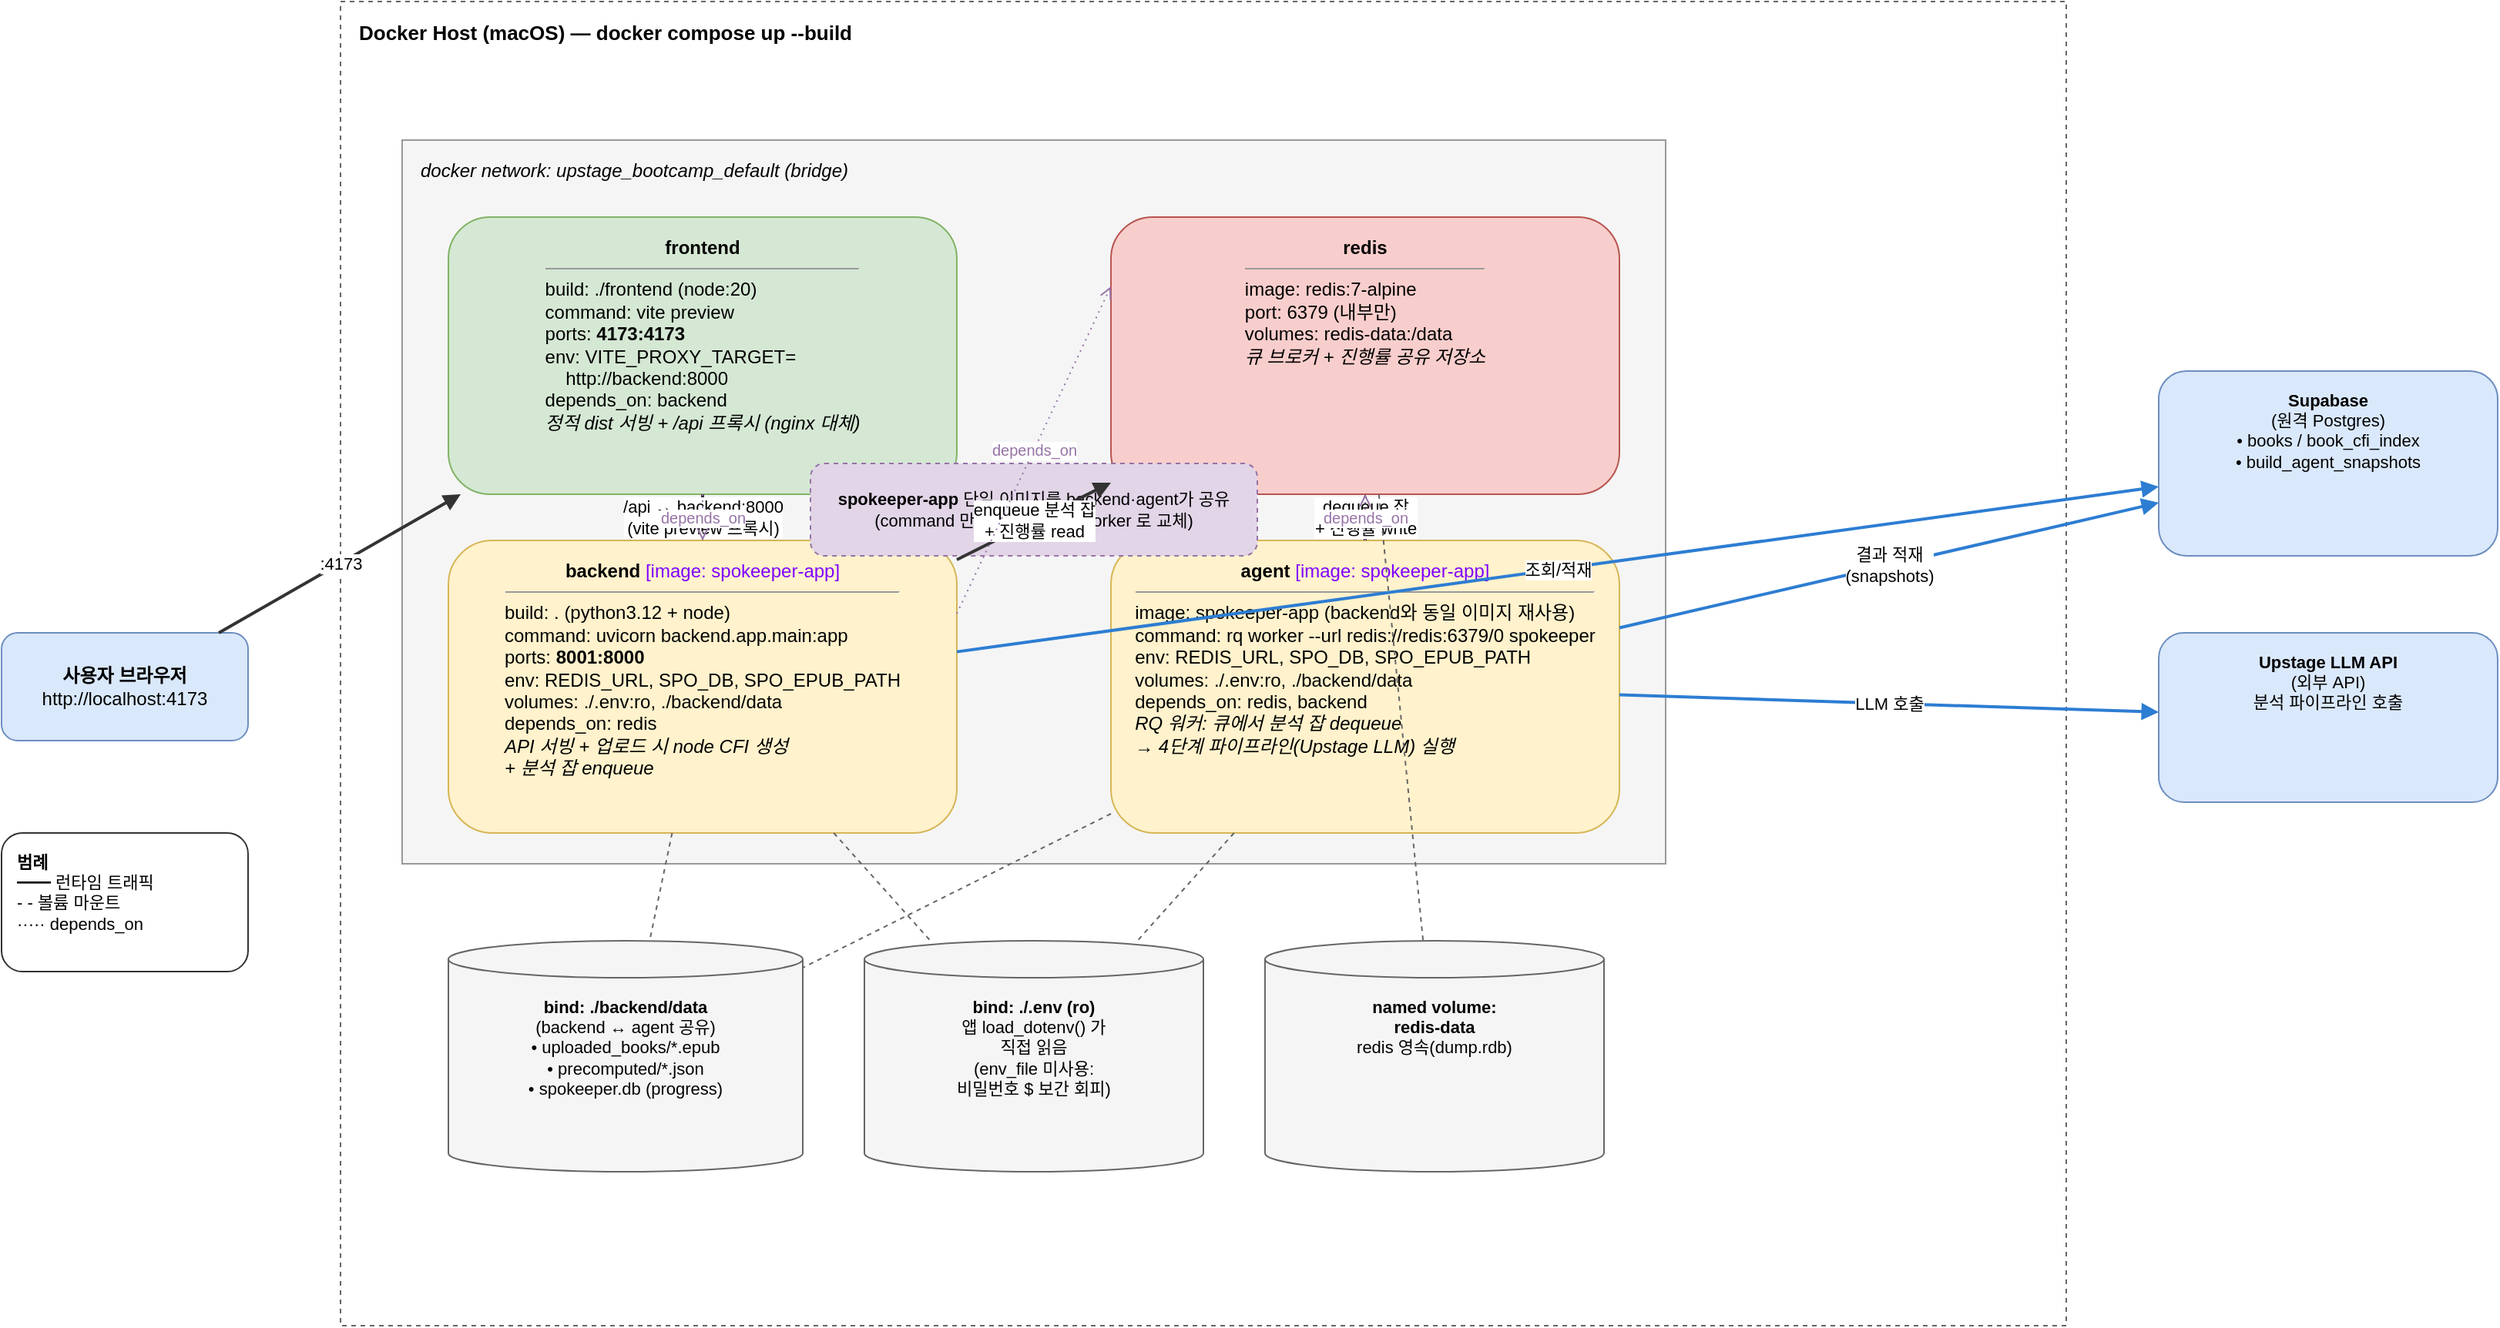
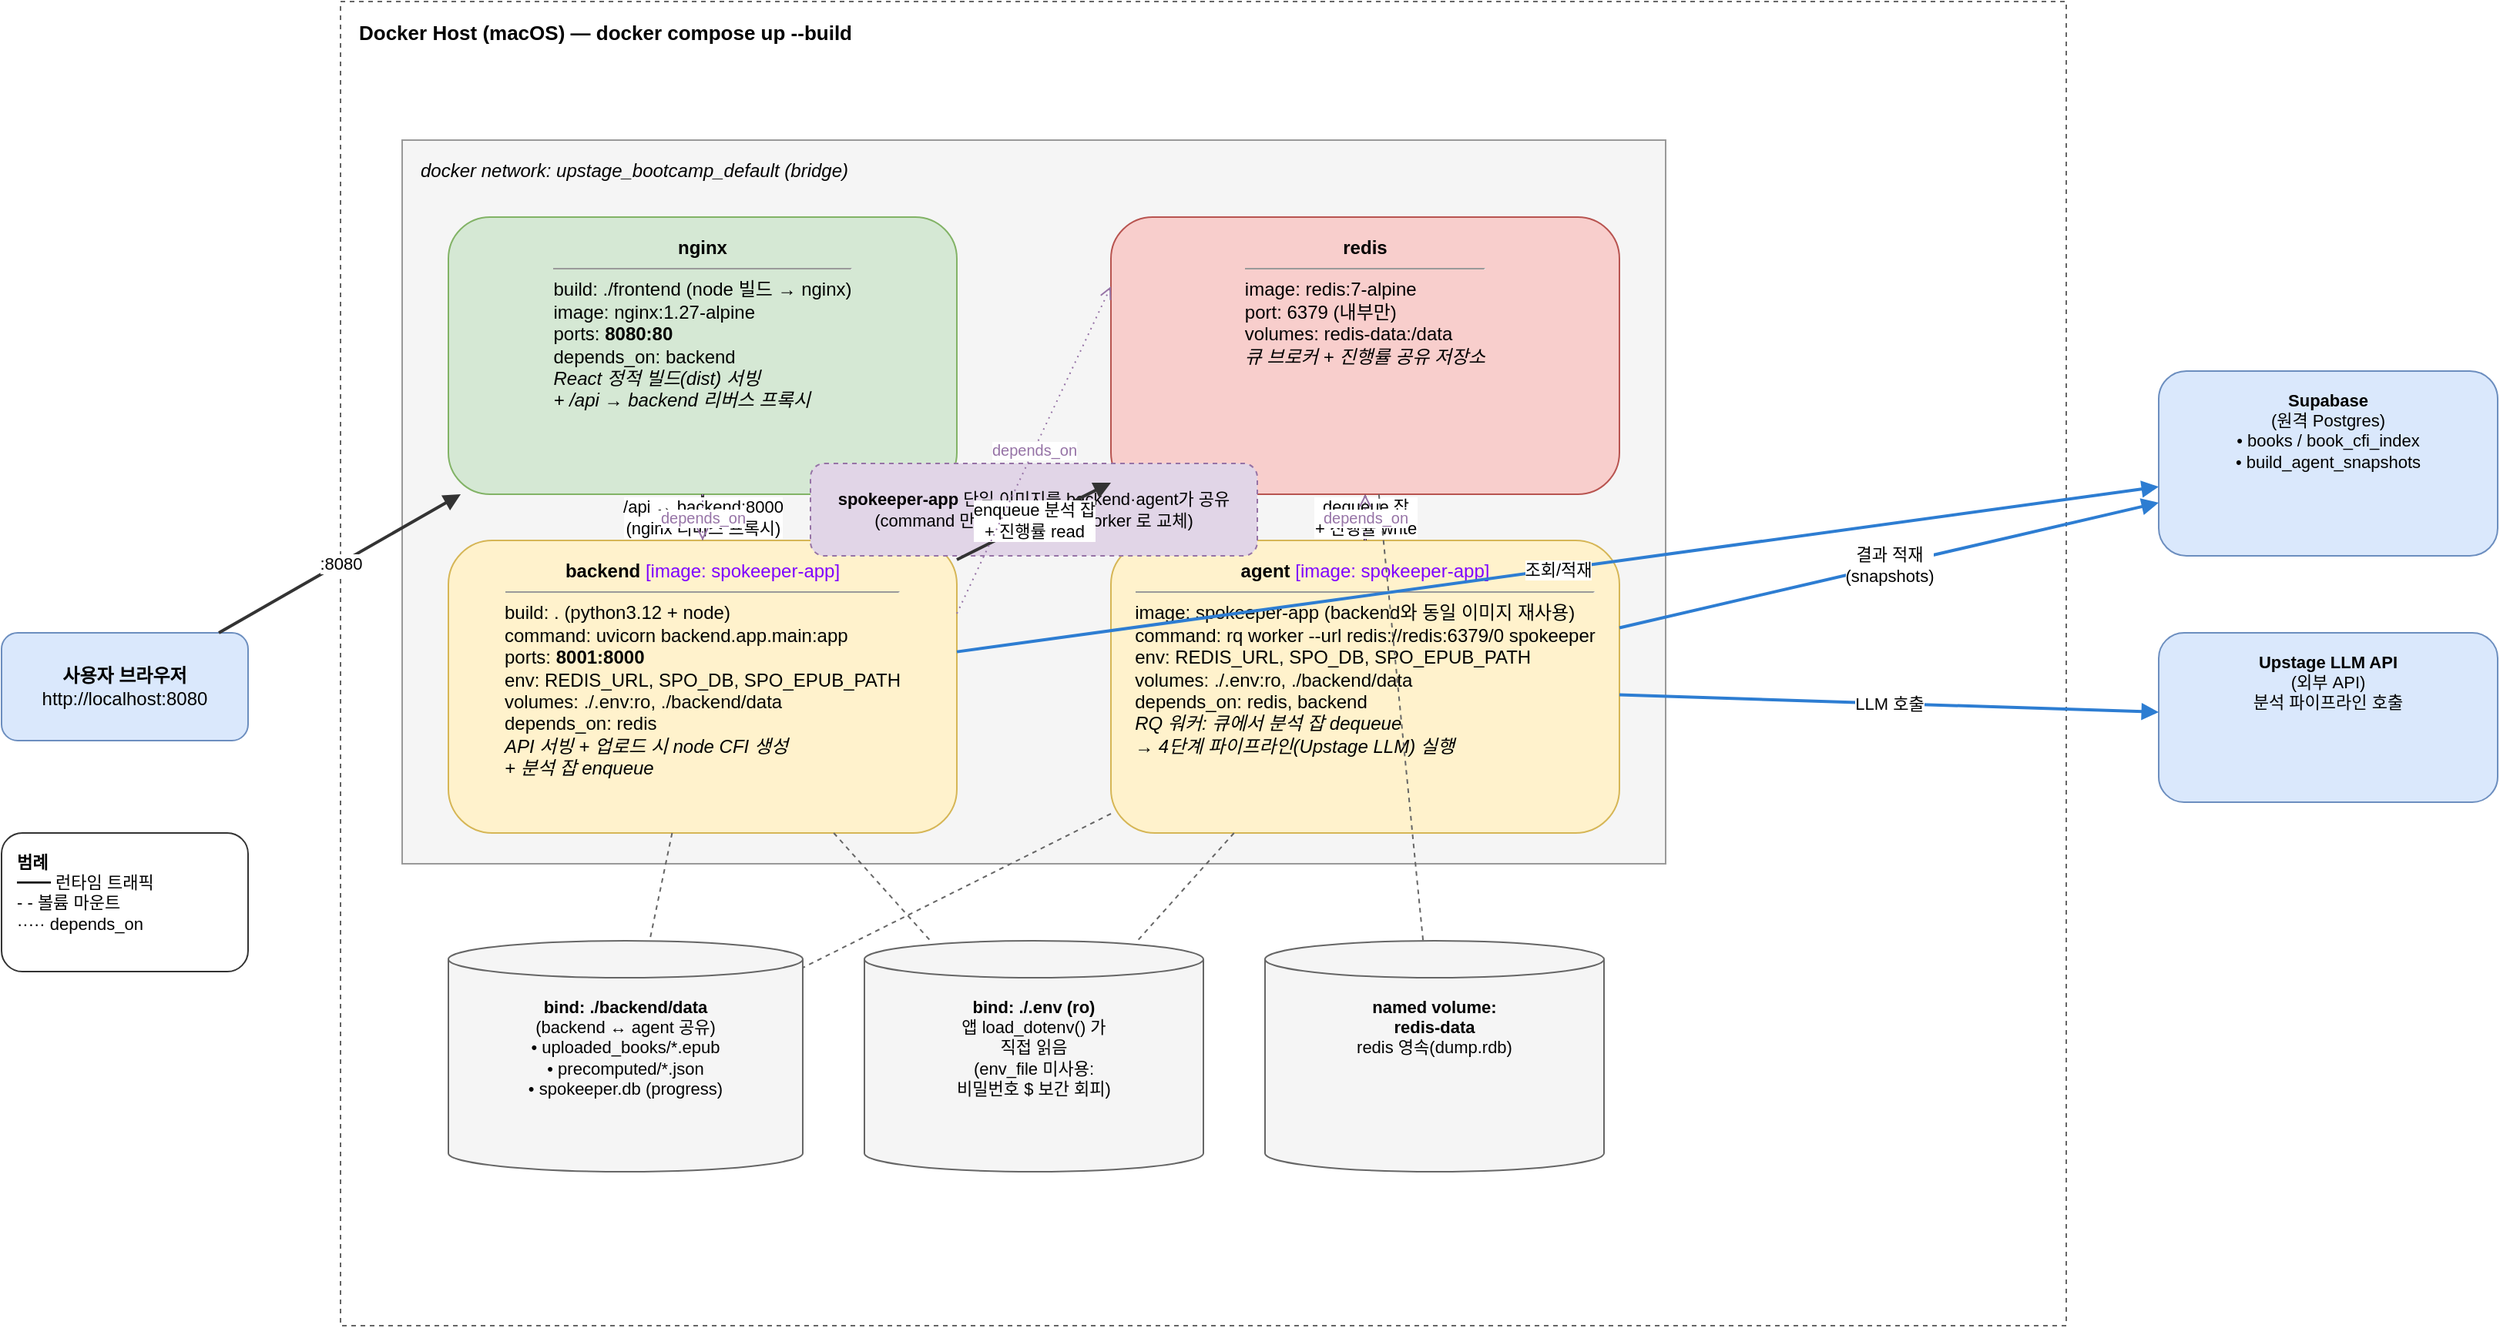
<mxfile host="app.diagrams.net" agent="Claude" version="24.0.0">
  <diagram id="spokeeper-docker" name="SpoKeeper Docker Compose">
    <mxGraphModel dx="1200" dy="800" grid="1" gridSize="10" guides="1" tooltips="1" connect="1" arrows="1" fold="1" page="1" pageScale="1" pageWidth="1700" pageHeight="1100" math="0" shadow="0">
      <root>
        <mxCell id="0" />
        <mxCell id="1" parent="0" />

        <!-- ============ Browser (host) ============ -->
-         <mxCell id="browser" value="&lt;b&gt;사용자 브라우저&lt;/b&gt;&lt;br&gt;http://localhost:4173" style="rounded=1;whiteSpace=wrap;html=1;fillColor=#dae8fc;strokeColor=#6c8ebf;verticalAlign=middle;" vertex="1" parent="1">
+         <mxCell id="browser" value="&lt;b&gt;사용자 브라우저&lt;/b&gt;&lt;br&gt;http://localhost:8080" style="rounded=1;whiteSpace=wrap;html=1;fillColor=#dae8fc;strokeColor=#6c8ebf;verticalAlign=middle;" vertex="1" parent="1">
          <mxGeometry x="40" y="470" width="160" height="70" as="geometry" />
        </mxCell>

        <!-- ============ Docker Host boundary ============ -->
        <mxCell id="host" value="Docker Host (macOS)  —  docker compose up --build" style="rounded=0;whiteSpace=wrap;html=1;fillColor=none;strokeColor=#666666;dashed=1;verticalAlign=top;fontStyle=1;fontSize=13;align=left;spacingLeft=10;spacingTop=6;" vertex="1" parent="1">
          <mxGeometry x="260" y="60" width="1120" height="860" as="geometry" />
        </mxCell>

        <!-- ============ Docker network boundary ============ -->
        <mxCell id="net" value="docker network: upstage_bootcamp_default (bridge)" style="rounded=0;whiteSpace=wrap;html=1;fillColor=#f5f5f5;strokeColor=#999999;verticalAlign=top;fontStyle=2;fontSize=12;align=left;spacingLeft=10;spacingTop=6;dashed=0;" vertex="1" parent="1">
          <mxGeometry x="300" y="150" width="820" height="470" as="geometry" />
        </mxCell>

        <!-- ============ frontend service ============ -->
-         <mxCell id="frontend" value="&lt;b&gt;frontend&lt;/b&gt;&lt;hr size=1&gt;&lt;div align=left&gt;build: ./frontend (node:20)&lt;br&gt;command: vite preview&lt;br&gt;ports: &lt;b&gt;4173:4173&lt;/b&gt;&lt;br&gt;env: VITE_PROXY_TARGET=&lt;br&gt;&#160;&#160;&#160;&#160;http://backend:8000&lt;br&gt;depends_on: backend&lt;br&gt;&lt;i&gt;정적 dist 서빙 + /api 프록시 (nginx 대체)&lt;/i&gt;&lt;/div&gt;" style="rounded=1;whiteSpace=wrap;html=1;fillColor=#d5e8d4;strokeColor=#82b366;verticalAlign=top;spacingTop=6;" vertex="1" parent="1">
+         <mxCell id="frontend" value="&lt;b&gt;nginx&lt;/b&gt;&lt;hr size=1&gt;&lt;div align=left&gt;build: ./frontend (node 빌드 → nginx)&lt;br&gt;image: nginx:1.27-alpine&lt;br&gt;ports: &lt;b&gt;8080:80&lt;/b&gt;&lt;br&gt;depends_on: backend&lt;br&gt;&lt;i&gt;React 정적 빌드(dist) 서빙&lt;br&gt;+ /api → backend 리버스 프록시&lt;/i&gt;&lt;/div&gt;" style="rounded=1;whiteSpace=wrap;html=1;fillColor=#d5e8d4;strokeColor=#82b366;verticalAlign=top;spacingTop=6;" vertex="1" parent="1">
          <mxGeometry x="330" y="200" width="330" height="180" as="geometry" />
        </mxCell>

        <!-- ============ redis service ============ -->
        <mxCell id="redis" value="&lt;b&gt;redis&lt;/b&gt;&lt;hr size=1&gt;&lt;div align=left&gt;image: redis:7-alpine&lt;br&gt;port: 6379 (내부만)&lt;br&gt;volumes: redis-data:/data&lt;br&gt;&lt;i&gt;큐 브로커 + 진행률 공유 저장소&lt;/i&gt;&lt;/div&gt;" style="rounded=1;whiteSpace=wrap;html=1;fillColor=#f8cecc;strokeColor=#b85450;verticalAlign=top;spacingTop=6;" vertex="1" parent="1">
          <mxGeometry x="760" y="200" width="330" height="180" as="geometry" />
        </mxCell>

        <!-- ============ backend service ============ -->
        <mxCell id="backend" value="&lt;b&gt;backend&lt;/b&gt;  &lt;font color=#7f00ff&gt;[image: spokeeper-app]&lt;/font&gt;&lt;hr size=1&gt;&lt;div align=left&gt;build: . (python3.12 + node)&lt;br&gt;command: uvicorn backend.app.main:app&lt;br&gt;ports: &lt;b&gt;8001:8000&lt;/b&gt;&lt;br&gt;env: REDIS_URL, SPO_DB, SPO_EPUB_PATH&lt;br&gt;volumes: ./.env:ro, ./backend/data&lt;br&gt;depends_on: redis&lt;br&gt;&lt;i&gt;API 서빙 + 업로드 시 node CFI 생성&lt;br&gt;+ 분석 잡 enqueue&lt;/i&gt;&lt;/div&gt;" style="rounded=1;whiteSpace=wrap;html=1;fillColor=#fff2cc;strokeColor=#d6b656;verticalAlign=top;spacingTop=6;" vertex="1" parent="1">
          <mxGeometry x="330" y="410" width="330" height="190" as="geometry" />
        </mxCell>

        <!-- ============ agent service ============ -->
        <mxCell id="agent" value="&lt;b&gt;agent&lt;/b&gt;  &lt;font color=#7f00ff&gt;[image: spokeeper-app]&lt;/font&gt;&lt;hr size=1&gt;&lt;div align=left&gt;image: spokeeper-app (backend와 동일 이미지 재사용)&lt;br&gt;command: rq worker --url redis://redis:6379/0 spokeeper&lt;br&gt;env: REDIS_URL, SPO_DB, SPO_EPUB_PATH&lt;br&gt;volumes: ./.env:ro, ./backend/data&lt;br&gt;depends_on: redis, backend&lt;br&gt;&lt;i&gt;RQ 워커: 큐에서 분석 잡 dequeue&lt;br&gt;→ 4단계 파이프라인(Upstage LLM) 실행&lt;/i&gt;&lt;/div&gt;" style="rounded=1;whiteSpace=wrap;html=1;fillColor=#fff2cc;strokeColor=#d6b656;verticalAlign=top;spacingTop=6;" vertex="1" parent="1">
          <mxGeometry x="760" y="410" width="330" height="190" as="geometry" />
        </mxCell>

        <!-- ============ shared-image note ============ -->
        <mxCell id="sharednote" value="&lt;b&gt;spokeeper-app&lt;/b&gt; 단일 이미지를 backend·agent가 공유&lt;br&gt;(command 만 uvicorn ↔ rq worker 로 교체)" style="rounded=1;whiteSpace=wrap;html=1;fillColor=#e1d5e7;strokeColor=#9673a6;fontSize=11;dashed=1;" vertex="1" parent="1">
          <mxGeometry x="565" y="360" width="290" height="60" as="geometry" />
        </mxCell>

        <!-- ============ Volumes / mounts (host side) ============ -->
        <mxCell id="voldata" value="&lt;b&gt;bind: ./backend/data&lt;/b&gt;&lt;br&gt;(backend ↔ agent 공유)&lt;br&gt;• uploaded_books/*.epub&lt;br&gt;• precomputed/*.json&lt;br&gt;• spokeeper.db (progress)" style="shape=cylinder3;whiteSpace=wrap;html=1;fillColor=#f5f5f5;strokeColor=#666666;boundedLbl=1;backgroundOutline=1;size=12;verticalAlign=top;spacingTop=6;fontSize=11;" vertex="1" parent="1">
          <mxGeometry x="330" y="670" width="230" height="150" as="geometry" />
        </mxCell>

        <mxCell id="volenv" value="&lt;b&gt;bind: ./.env (ro)&lt;/b&gt;&lt;br&gt;앱 load_dotenv() 가&lt;br&gt;직접 읽음&lt;br&gt;(env_file 미사용:&lt;br&gt;비밀번호 $ 보간 회피)" style="shape=cylinder3;whiteSpace=wrap;html=1;fillColor=#f5f5f5;strokeColor=#666666;boundedLbl=1;backgroundOutline=1;size=12;verticalAlign=top;spacingTop=6;fontSize=11;" vertex="1" parent="1">
          <mxGeometry x="600" y="670" width="220" height="150" as="geometry" />
        </mxCell>

        <mxCell id="volredis" value="&lt;b&gt;named volume:&lt;br&gt;redis-data&lt;/b&gt;&lt;br&gt;redis 영속(dump.rdb)" style="shape=cylinder3;whiteSpace=wrap;html=1;fillColor=#f5f5f5;strokeColor=#666666;boundedLbl=1;backgroundOutline=1;size=12;verticalAlign=top;spacingTop=6;fontSize=11;" vertex="1" parent="1">
          <mxGeometry x="860" y="670" width="220" height="150" as="geometry" />
        </mxCell>

        <!-- ============ External systems ============ -->
        <mxCell id="supabase" value="&lt;b&gt;Supabase&lt;/b&gt;&lt;br&gt;(원격 Postgres)&lt;br&gt;• books / book_cfi_index&lt;br&gt;• build_agent_snapshots" style="rounded=1;whiteSpace=wrap;html=1;fillColor=#dae8fc;strokeColor=#6c8ebf;verticalAlign=top;spacingTop=6;fontSize=11;" vertex="1" parent="1">
          <mxGeometry x="1440" y="300" width="220" height="120" as="geometry" />
        </mxCell>

        <mxCell id="upstage" value="&lt;b&gt;Upstage LLM API&lt;/b&gt;&lt;br&gt;(외부 API)&lt;br&gt;분석 파이프라인 호출" style="rounded=1;whiteSpace=wrap;html=1;fillColor=#dae8fc;strokeColor=#6c8ebf;verticalAlign=top;spacingTop=6;fontSize=11;" vertex="1" parent="1">
          <mxGeometry x="1440" y="470" width="220" height="110" as="geometry" />
        </mxCell>

        <!-- ============ Legend ============ -->
        <mxCell id="legend" value="&lt;b&gt;범례&lt;/b&gt;&lt;br&gt;━━ 런타임 트래픽&lt;br&gt;- - 볼륨 마운트&lt;br&gt;····· depends_on" style="rounded=1;whiteSpace=wrap;html=1;fillColor=#ffffff;strokeColor=#333333;align=left;verticalAlign=top;spacingLeft=8;spacingTop=6;fontSize=11;" vertex="1" parent="1">
          <mxGeometry x="40" y="600" width="160" height="90" as="geometry" />
        </mxCell>

        <!-- ============ Runtime traffic edges (solid) ============ -->
-         <mxCell id="e_browser_fe" value=":4173" style="endArrow=block;html=1;strokeColor=#333333;strokeWidth=2;fontSize=11;" edge="1" parent="1" source="browser" target="frontend">
+         <mxCell id="e_browser_fe" value=":8080" style="endArrow=block;html=1;strokeColor=#333333;strokeWidth=2;fontSize=11;" edge="1" parent="1" source="browser" target="frontend">
          <mxGeometry relative="1" as="geometry" />
        </mxCell>
-         <mxCell id="e_fe_be" value="/api → backend:8000&#10;(vite preview 프록시)" style="endArrow=block;html=1;strokeColor=#333333;strokeWidth=2;fontSize=11;" edge="1" parent="1" source="frontend" target="backend">
+         <mxCell id="e_fe_be" value="/api → backend:8000&#10;(nginx 리버스 프록시)" style="endArrow=block;html=1;strokeColor=#333333;strokeWidth=2;fontSize=11;" edge="1" parent="1" source="frontend" target="backend">
          <mxGeometry relative="1" as="geometry" />
        </mxCell>
        <mxCell id="e_be_redis" value="enqueue 분석 잡&#10;+ 진행률 read" style="endArrow=block;html=1;strokeColor=#333333;strokeWidth=2;fontSize=11;" edge="1" parent="1" source="backend" target="redis">
          <mxGeometry relative="1" as="geometry" />
        </mxCell>
        <mxCell id="e_agent_redis" value="dequeue 잡&#10;+ 진행률 write" style="endArrow=block;html=1;strokeColor=#333333;strokeWidth=2;fontSize=11;" edge="1" parent="1" source="agent" target="redis">
          <mxGeometry relative="1" as="geometry" />
        </mxCell>
        <mxCell id="e_be_supa" value="조회/적재" style="endArrow=block;html=1;strokeColor=#2d7dd2;strokeWidth=2;fontSize=11;" edge="1" parent="1" source="backend" target="supabase">
          <mxGeometry relative="1" as="geometry" />
        </mxCell>
        <mxCell id="e_agent_supa" value="결과 적재&#10;(snapshots)" style="endArrow=block;html=1;strokeColor=#2d7dd2;strokeWidth=2;fontSize=11;" edge="1" parent="1" source="agent" target="supabase">
          <mxGeometry relative="1" as="geometry" />
        </mxCell>
        <mxCell id="e_agent_upstage" value="LLM 호출" style="endArrow=block;html=1;strokeColor=#2d7dd2;strokeWidth=2;fontSize=11;" edge="1" parent="1" source="agent" target="upstage">
          <mxGeometry relative="1" as="geometry" />
        </mxCell>

        <!-- ============ Volume mount edges (dashed) ============ -->
        <mxCell id="m_be_data" style="endArrow=none;html=1;dashed=1;strokeColor=#666666;" edge="1" parent="1" source="backend" target="voldata">
          <mxGeometry relative="1" as="geometry" />
        </mxCell>
        <mxCell id="m_agent_data" style="endArrow=none;html=1;dashed=1;strokeColor=#666666;" edge="1" parent="1" source="agent" target="voldata">
          <mxGeometry relative="1" as="geometry" />
        </mxCell>
        <mxCell id="m_be_env" style="endArrow=none;html=1;dashed=1;strokeColor=#666666;" edge="1" parent="1" source="backend" target="volenv">
          <mxGeometry relative="1" as="geometry" />
        </mxCell>
        <mxCell id="m_agent_env" style="endArrow=none;html=1;dashed=1;strokeColor=#666666;" edge="1" parent="1" source="agent" target="volenv">
          <mxGeometry relative="1" as="geometry" />
        </mxCell>
        <mxCell id="m_redis_vol" style="endArrow=none;html=1;dashed=1;strokeColor=#666666;" edge="1" parent="1" source="redis" target="volredis">
          <mxGeometry relative="1" as="geometry" />
        </mxCell>

        <!-- ============ depends_on edges (dotted) ============ -->
        <mxCell id="d_fe_be" value="depends_on" style="endArrow=open;html=1;dashed=1;dashPattern=1 3;strokeColor=#9673a6;fontSize=10;fontColor=#9673a6;" edge="1" parent="1" source="frontend" target="backend">
          <mxGeometry relative="1" as="geometry" />
        </mxCell>
        <mxCell id="d_be_redis" value="depends_on" style="endArrow=open;html=1;dashed=1;dashPattern=1 3;strokeColor=#9673a6;fontSize=10;fontColor=#9673a6;exitX=1;exitY=0.25;entryX=0;entryY=0.25;" edge="1" parent="1" source="backend" target="redis">
          <mxGeometry relative="1" as="geometry" />
        </mxCell>
        <mxCell id="d_agent_redis" value="depends_on" style="endArrow=open;html=1;dashed=1;dashPattern=1 3;strokeColor=#9673a6;fontSize=10;fontColor=#9673a6;" edge="1" parent="1" source="agent" target="redis">
          <mxGeometry relative="1" as="geometry" />
        </mxCell>

      </root>
    </mxGraphModel>
  </diagram>
</mxfile>
